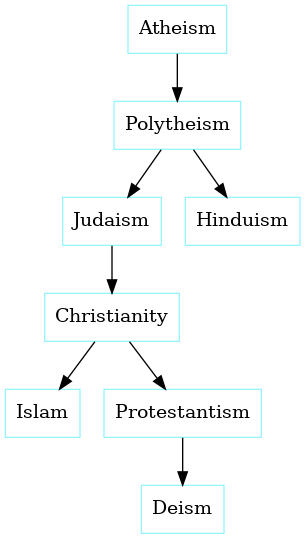
Above: graphs/Ideological_Spiritual_Lineage.png in julianfl0w/Deism (Graphviz), before the change. Its source is kept beside it as graphs/Ideological_Spiritual_Lineage.dot. Its diagram source:
```dot
digraph D {
"Atheism" [shape=box, color = cadetblue1]
"Polytheism" [shape=box, color = cadetblue1]
"Judaism" [shape=box, color = cadetblue1]
"Christianity" [shape=box, color = cadetblue1]
"Islam" [shape=box, color = cadetblue1]
"Christianity" -> "Islam" [penwidth=1]
"Protestantism" [shape=box, color = cadetblue1]
"Deism" [shape=box, color = cadetblue1]
"Protestantism" -> "Deism" [penwidth=1]
"Christianity" -> "Protestantism" [penwidth=1]
"Judaism" -> "Christianity" [penwidth=1]
"Polytheism" -> "Judaism" [penwidth=1]
"Hinduism" [shape=box, color = cadetblue1]
"Polytheism" -> "Hinduism" [penwidth=1]
"Atheism" -> "Polytheism" [penwidth=1]
}
```
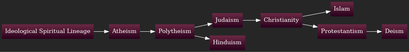
The same diagram one commit later.

Diff of the diagram source:
```diff
@@ -1,17 +1,25 @@
 digraph D {
-"Atheism" [shape=box, color = cadetblue1]
-"Polytheism" [shape=box, color = cadetblue1]
-"Judaism" [shape=box, color = cadetblue1]
-"Christianity" [shape=box, color = cadetblue1]
-"Islam" [shape=box, color = cadetblue1]
-"Christianity" -> "Islam" [penwidth=1]
-"Protestantism" [shape=box, color = cadetblue1]
-"Deism" [shape=box, color = cadetblue1]
-"Protestantism" -> "Deism" [penwidth=1]
-"Christianity" -> "Protestantism" [penwidth=1]
-"Judaism" -> "Christianity" [penwidth=1]
-"Polytheism" -> "Judaism" [penwidth=1]
-"Hinduism" [shape=box, color = cadetblue1]
-"Polytheism" -> "Hinduism" [penwidth=1]
-"Atheism" -> "Polytheism" [penwidth=1]
+rankdir = LR
+style = filled
+color = lightgrey
+bgcolor = "#262626"
+fillcolor = "darkgray:gold"
+gradientangle = 0
+"Ideological Spiritual Lineage" [shape=box, color="#262626", fontcolor=white, fillcolor="#6C2944:#29001C", style=filled, gradientangle=270.05]
+"Atheism" [shape=box, color="#262626", fontcolor=white, fillcolor="#6C2944:#29001C", style=filled, gradientangle=270.05]
+"Ideological Spiritual Lineage" -> "Atheism" [color=white, penwidth=1]
+"Polytheism" [shape=box, color="#262626", fontcolor=white, fillcolor="#6C2944:#29001C", style=filled, gradientangle=270.05]
+"Atheism" -> "Polytheism" [color=white, penwidth=1]
+"Judaism" [shape=box, color="#262626", fontcolor=white, fillcolor="#6C2944:#29001C", style=filled, gradientangle=270.05]
+"Polytheism" -> "Judaism" [color=white, penwidth=1]
+"Christianity" [shape=box, color="#262626", fontcolor=white, fillcolor="#6C2944:#29001C", style=filled, gradientangle=270.05]
+"Judaism" -> "Christianity" [color=white, penwidth=1]
+"Islam" [shape=box, color="#262626", fontcolor=white, fillcolor="#6C2944:#29001C", style=filled, gradientangle=270.05]
+"Christianity" -> "Islam" [color=white, penwidth=1]
+"Protestantism" [shape=box, color="#262626", fontcolor=white, fillcolor="#6C2944:#29001C", style=filled, gradientangle=270.05]
+"Christianity" -> "Protestantism" [color=white, penwidth=1]
+"Deism" [shape=box, color="#262626", fontcolor=white, fillcolor="#6C2944:#29001C", style=filled, gradientangle=270.05]
+"Protestantism" -> "Deism" [color=white, penwidth=1]
+"Hinduism" [shape=box, color="#262626", fontcolor=white, fillcolor="#6C2944:#29001C", style=filled, gradientangle=270.05]
+"Polytheism" -> "Hinduism" [color=white, penwidth=1]
 }
```
